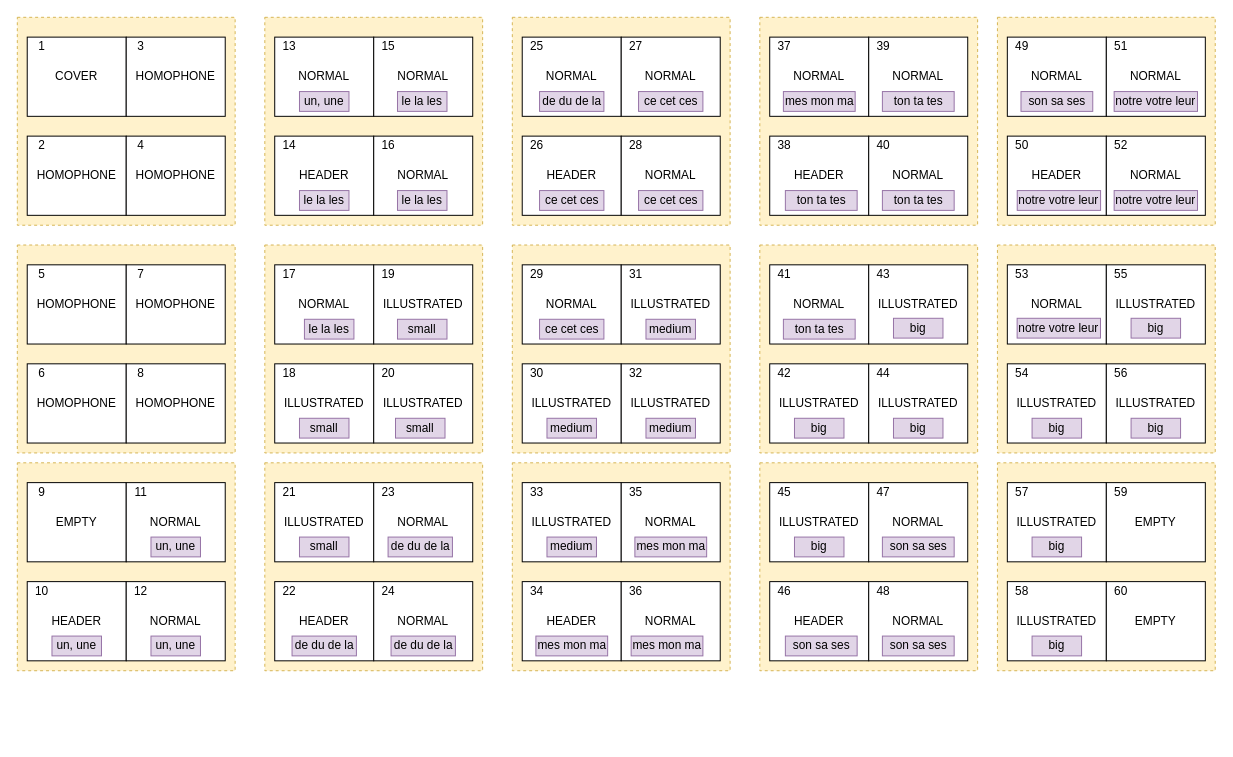
Earlier version of the draw.io diagram page "book" (1 of 5) of livre_inaya.drawio (yoan34/inaya-book). Source tidied: cells renumbered, new cells numbered last; positions are measured from the earlier drawing's top-left corner, leaving out a move shared by most shapes. Both pictures are drawn from the tidied source at 99%, with x=0, y=0 at pixel (17, 17).
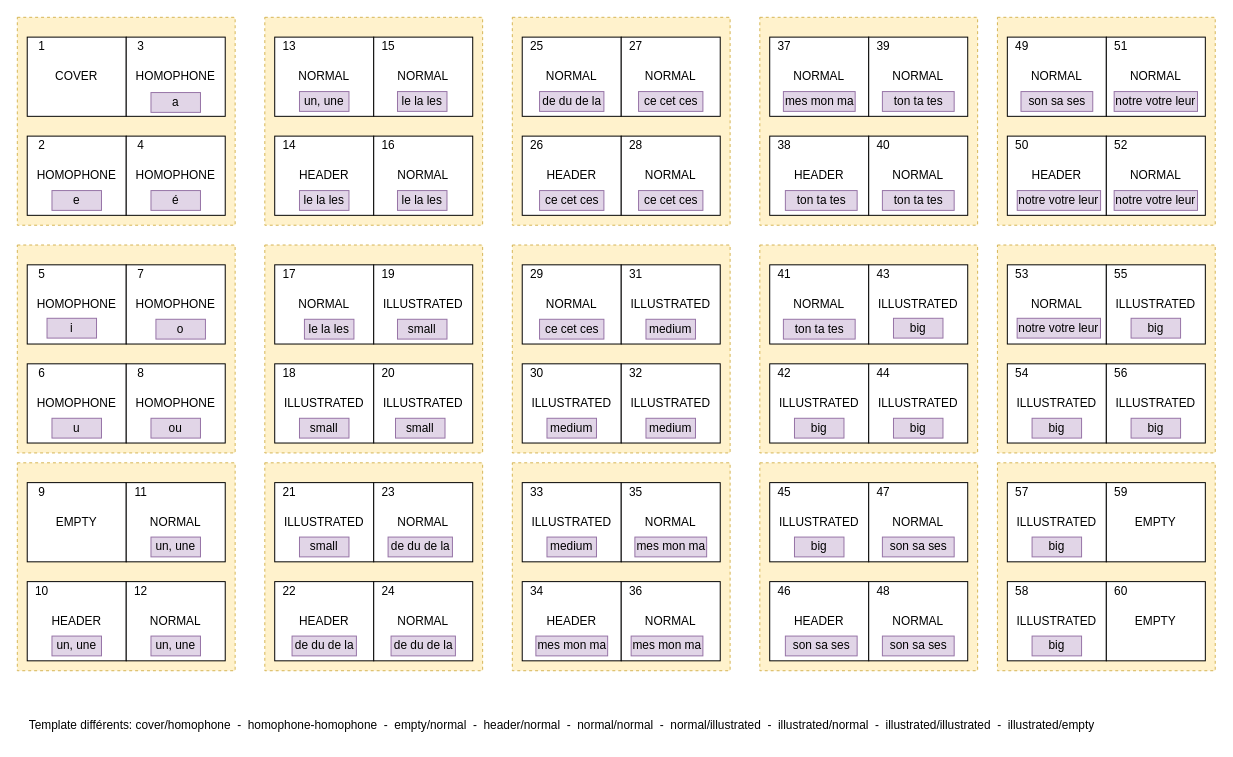
Above is the later version.

Change to the diagram source:
```diff
@@
+    <mxCell id="246" value="a" style="rounded=0;whiteSpace=wrap;html=1;fillColor=#e1d5e7;strokeColor=#9673a6;" parent="1" vertex="1">
+      <mxGeometry x="135" y="76" width="50" height="20" as="geometry" />
+    </mxCell>
+    <mxCell id="247" value="e" style="rounded=0;whiteSpace=wrap;html=1;fillColor=#e1d5e7;strokeColor=#9673a6;" parent="1" vertex="1">
+      <mxGeometry x="35" y="175" width="50" height="20" as="geometry" />
+    </mxCell>
+    <mxCell id="248" value="é" style="rounded=0;whiteSpace=wrap;html=1;fillColor=#e1d5e7;strokeColor=#9673a6;" parent="1" vertex="1">
+      <mxGeometry x="135" y="175" width="50" height="20" as="geometry" />
+    </mxCell>
+    <mxCell id="249" value="i" style="rounded=0;whiteSpace=wrap;html=1;fillColor=#e1d5e7;strokeColor=#9673a6;" parent="1" vertex="1">
+      <mxGeometry x="30" y="304" width="50" height="20" as="geometry" />
+    </mxCell>
+    <mxCell id="250" value="o" style="rounded=0;whiteSpace=wrap;html=1;fillColor=#e1d5e7;strokeColor=#9673a6;" parent="1" vertex="1">
+      <mxGeometry x="140" y="305" width="50" height="20" as="geometry" />
+    </mxCell>
+    <mxCell id="251" value="u" style="rounded=0;whiteSpace=wrap;html=1;fillColor=#e1d5e7;strokeColor=#9673a6;" parent="1" vertex="1">
+      <mxGeometry x="35" y="405" width="50" height="20" as="geometry" />
+    </mxCell>
+    <mxCell id="252" value="ou" style="rounded=0;whiteSpace=wrap;html=1;fillColor=#e1d5e7;strokeColor=#9673a6;" parent="1" vertex="1">
+      <mxGeometry x="135" y="405" width="50" height="20" as="geometry" />
+    </mxCell>
+    <mxCell id="253" value="Template différents: cover/homophone&amp;nbsp; -&amp;nbsp; homophone-homophone&amp;nbsp; -&amp;nbsp; empty/normal&amp;nbsp; -&amp;nbsp; header/normal&amp;nbsp; -&amp;nbsp; normal/normal&amp;nbsp; -&amp;nbsp; normal/illustrated&amp;nbsp; -&amp;nbsp; illustrated/normal&amp;nbsp; -&amp;nbsp; illustrated/illustrated&amp;nbsp; -&amp;nbsp; illustrated/empty" style="text;html=1;strokeColor=none;fillColor=none;align=left;verticalAlign=middle;whiteSpace=wrap;rounded=0;" parent="1" vertex="1">
+      <mxGeometry x="10" y="700" width="1170" height="30" as="geometry" />
+    </mxCell>
```
